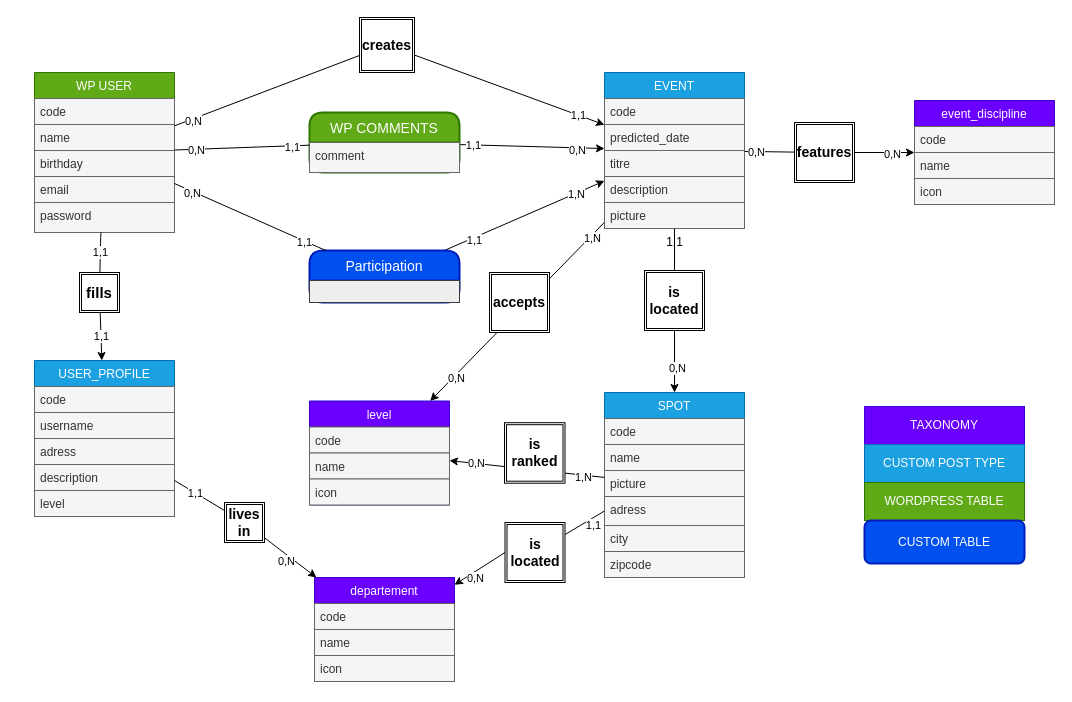
Above: page "mcd-mvp2" (1 of 2) of conception/mcdMVP4.drawio in sarahBarbotin/mirror-hotspot (draw.io), before the change. Source tidied: cells renumbered, new cells numbered last; positions are measured from the earlier drawing's top-left corner, leaving out a move shared by most shapes. Both pictures are drawn from the tidied source at 100%, with x=0, y=0 at pixel (24, 17).
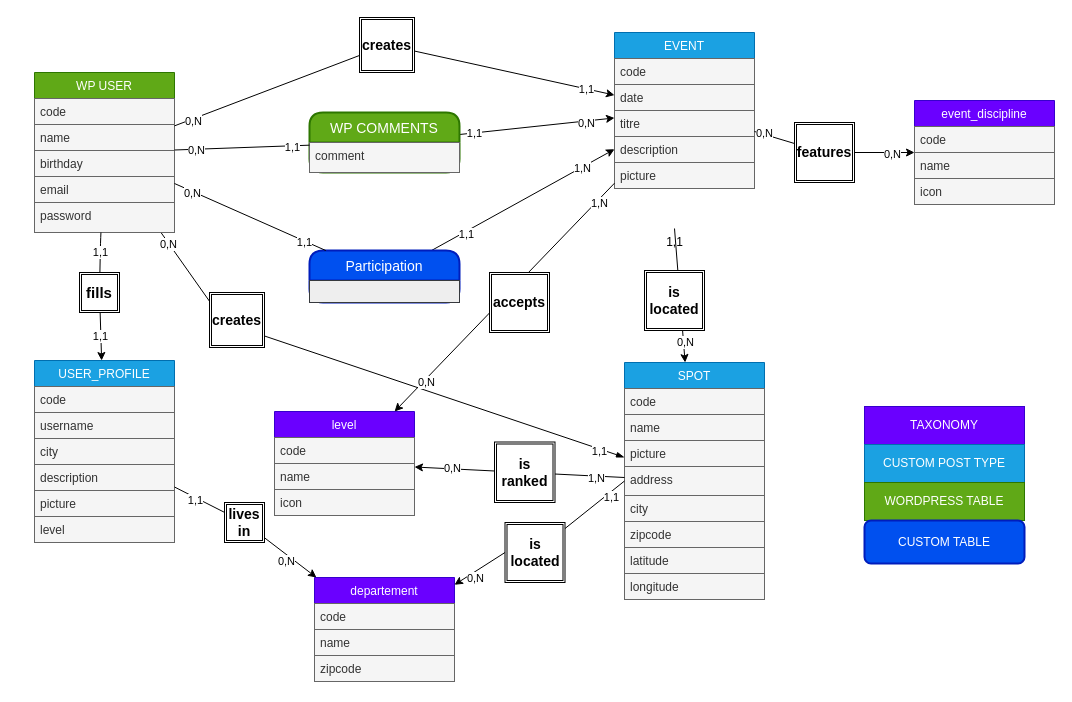
Above is the later version.

Commit message (it also covers changes not shown here):
g-fix-docs-conception mcd4 and DD

Unchanged cells that the change refers to:
```xml
<mxCell id="2" value="WP USER" style="swimlane;fontStyle=0;horizontal=1;startSize=26;fillColor=#60a917;strokeColor=#2D7600;fontColor=#ffffff;" parent="1" vertex="1">
  <mxGeometry x="10" y="55" width="140" height="160" as="geometry" />
</mxCell>
<mxCell id="64" value="departement" style="swimlane;fontStyle=0;horizontal=1;startSize=26;fillColor=#6a00ff;strokeColor=#3700CC;fontColor=#ffffff;" parent="1" vertex="1">
  <mxGeometry x="290" y="560" width="140" height="104" as="geometry" />
</mxCell>
```

What changed in the source:
```diff
@@
+    <mxCell id="98" style="edgeStyle=none;html=1;endArrow=blockThin;endFill=1;" parent="1" edge="1" source="2" target="15">
+      <mxGeometry relative="1" as="geometry">
+        <Array as="points">
+          <mxPoint x="200" y="305" />
+        </Array>
+      </mxGeometry>
+    </mxCell>
+    <mxCell id="99" value="0,N" style="edgeLabel;html=1;align=center;verticalAlign=middle;" parent="98" vertex="1">
+      <mxGeometry x="-0.95" y="-1" relative="1" as="geometry" />
+    </mxCell>
+    <mxCell id="100" value="1,1" style="edgeLabel;html=1;align=center;verticalAlign=middle;" parent="98" vertex="1">
+      <mxGeometry x="0.9" y="-2" relative="1" as="geometry" />
+    </mxCell>
@@
     <mxCell id="9" value="USER_PROFILE" style="swimlane;fontStyle=0;horizontal=1;startSize=26;fillColor=#1ba1e2;strokeColor=#006EAF;fontColor=#ffffff;" parent="1" vertex="1">
-      <mxGeometry x="10" y="343" width="140" height="156" as="geometry" />
+      <mxGeometry x="10" y="343" width="140" height="182" as="geometry" />
     </mxCell>
@@
-    <mxCell id="12" value="adress" style="text;strokeColor=#666666;fillColor=#f5f5f5;align=left;verticalAlign=top;spacingLeft=4;spacingRight=4;overflow=hidden;fontColor=#333333;" parent="9" vertex="1">
+    <mxCell id="12" value="city" style="text;strokeColor=#666666;fillColor=#f5f5f5;align=left;verticalAlign=top;spacingLeft=4;spacingRight=4;overflow=hidden;fontColor=#333333;" parent="9" vertex="1">
       <mxGeometry y="78" width="140" height="26" as="geometry" />
     </mxCell>
@@
-    <mxCell id="14" value="level" style="text;strokeColor=#666666;fillColor=#f5f5f5;align=left;verticalAlign=top;spacingLeft=4;spacingRight=4;overflow=hidden;fontColor=#333333;" parent="9" vertex="1">
+    <mxCell id="14" value="picture" style="text;strokeColor=#666666;fillColor=#f5f5f5;align=left;verticalAlign=top;spacingLeft=4;spacingRight=4;overflow=hidden;fontColor=#333333;" parent="9" vertex="1">
       <mxGeometry y="130" width="140" height="26" as="geometry" />
     </mxCell>
+    <mxCell id="101" value="level" style="text;strokeColor=#666666;fillColor=#f5f5f5;align=left;verticalAlign=top;spacingLeft=4;spacingRight=4;overflow=hidden;fontColor=#333333;" parent="9" vertex="1">
+      <mxGeometry y="156" width="140" height="26" as="geometry" />
+    </mxCell>
     <mxCell id="15" value="SPOT" style="swimlane;fontStyle=0;horizontal=1;startSize=26;fillColor=#1ba1e2;strokeColor=#006EAF;fontColor=#ffffff;" parent="1" vertex="1">
-      <mxGeometry x="580" y="375" width="140" height="185" as="geometry" />
+      <mxGeometry x="600" y="345" width="140" height="237" as="geometry" />
     </mxCell>
@@
-    <mxCell id="20" value="adress" style="text;strokeColor=#666666;fillColor=#f5f5f5;align=left;verticalAlign=top;spacingLeft=4;spacingRight=4;overflow=hidden;points=[[0,0.5],[1,0.5]];portConstraint=eastwest;fontColor=#333333;" parent="15" vertex="1">
+    <mxCell id="20" value="address" style="text;strokeColor=#666666;fillColor=#f5f5f5;align=left;verticalAlign=top;spacingLeft=4;spacingRight=4;overflow=hidden;points=[[0,0.5],[1,0.5]];portConstraint=eastwest;fontColor=#333333;" parent="15" vertex="1">
       <mxGeometry y="104" width="140" height="29" as="geometry" />
     </mxCell>
@@
+    <mxCell id="102" value="latitude" style="text;strokeColor=#666666;fillColor=#f5f5f5;align=left;verticalAlign=top;spacingLeft=4;spacingRight=4;overflow=hidden;fontColor=#333333;" parent="15" vertex="1">
+      <mxGeometry y="185" width="140" height="26" as="geometry" />
+    </mxCell>
+    <mxCell id="103" value="longitude" style="text;strokeColor=#666666;fillColor=#f5f5f5;align=left;verticalAlign=top;spacingLeft=4;spacingRight=4;overflow=hidden;fontColor=#333333;" parent="15" vertex="1">
+      <mxGeometry y="211" width="140" height="26" as="geometry" />
+    </mxCell>
     <mxCell id="23" value="EVENT" style="swimlane;fontStyle=0;horizontal=1;startSize=26;fillColor=#1ba1e2;strokeColor=#006EAF;fontColor=#ffffff;" parent="1" vertex="1">
-      <mxGeometry x="580" y="55" width="140" height="156" as="geometry" />
+      <mxGeometry x="590" y="15" width="140" height="156" as="geometry" />
     </mxCell>
@@
-    <mxCell id="25" value="predicted_date" style="text;strokeColor=#666666;fillColor=#f5f5f5;align=left;verticalAlign=top;spacingLeft=4;spacingRight=4;overflow=hidden;fontColor=#333333;" parent="23" vertex="1">
+    <mxCell id="25" value="date" style="text;strokeColor=#666666;fillColor=#f5f5f5;align=left;verticalAlign=top;spacingLeft=4;spacingRight=4;overflow=hidden;fontColor=#333333;" parent="23" vertex="1">
       <mxGeometry y="52" width="140" height="26" as="geometry" />
     </mxCell>
@@
     <mxCell id="57" value="level" style="swimlane;fontStyle=0;horizontal=1;startSize=26;fillColor=#6a00ff;strokeColor=#3700CC;fontColor=#ffffff;" parent="1" vertex="1">
-      <mxGeometry x="285" y="383.5" width="140" height="104" as="geometry" />
+      <mxGeometry x="250" y="394" width="140" height="104" as="geometry" />
     </mxCell>
@@
-    <mxCell id="67" value="icon" style="text;strokeColor=#666666;fillColor=#f5f5f5;align=left;verticalAlign=top;spacingLeft=4;spacingRight=4;overflow=hidden;fontColor=#333333;" parent="64" vertex="1">
+    <mxCell id="67" value="zipcode" style="text;strokeColor=#666666;fillColor=#f5f5f5;align=left;verticalAlign=top;spacingLeft=4;spacingRight=4;overflow=hidden;fontColor=#333333;" parent="64" vertex="1">
       <mxGeometry y="78" width="140" height="26" as="geometry" />
     </mxCell>
@@
     <mxCell id="88" value="&lt;font style=&quot;font-size: 14px&quot;&gt;&lt;b&gt;is ranked&lt;/b&gt;&lt;/font&gt;" style="shape=ext;double=1;whiteSpace=wrap;html=1;" parent="1" vertex="1">
-      <mxGeometry x="480" y="405.2" width="60.5" height="60.5" as="geometry" />
+      <mxGeometry x="470" y="424.5" width="60.5" height="60.5" as="geometry" />
     </mxCell>
@@
+    <mxCell id="104" value="&lt;font style=&quot;font-size: 14px&quot;&gt;&lt;b&gt;creates&lt;/b&gt;&lt;/font&gt;" style="shape=ext;double=1;whiteSpace=wrap;html=1;" parent="1" vertex="1">
+      <mxGeometry x="185" y="275" width="55" height="55" as="geometry" />
+    </mxCell>
```
